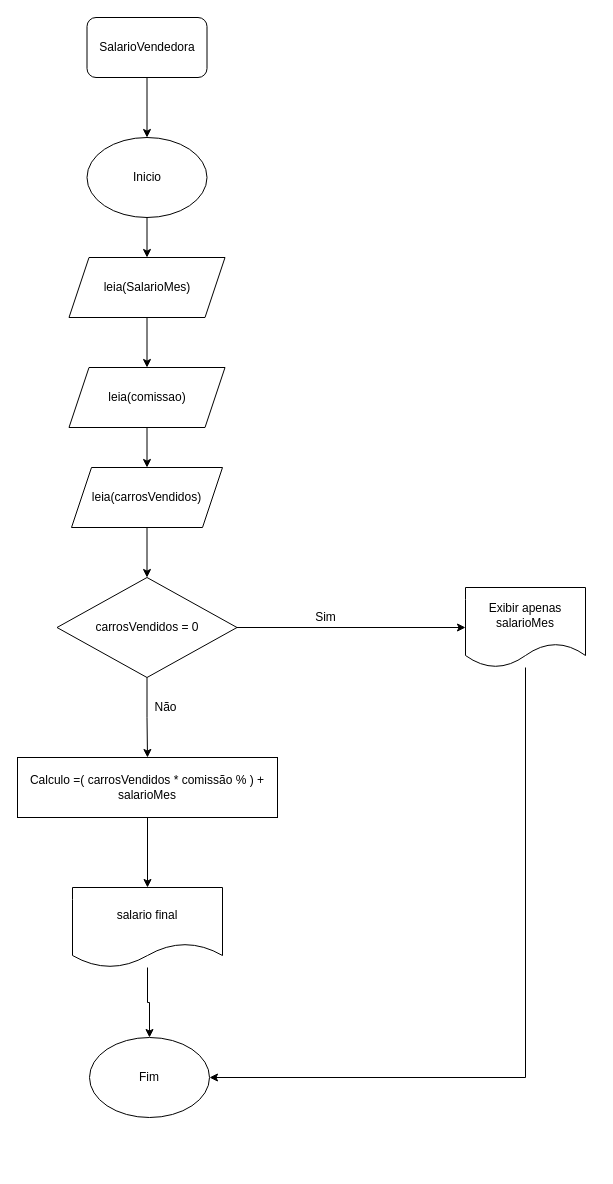
Rafael7360/Diagramas keeps this draw.io diagram as SalarioVendedora.drawio. Above is the earlier version. Source tidied: cells renumbered, new cells numbered last; positions are measured from the earlier drawing's top-left corner, leaving out a move shared by most shapes. Both pictures are drawn from the tidied source at 100%, with x=0, y=0 at pixel (17, 17).
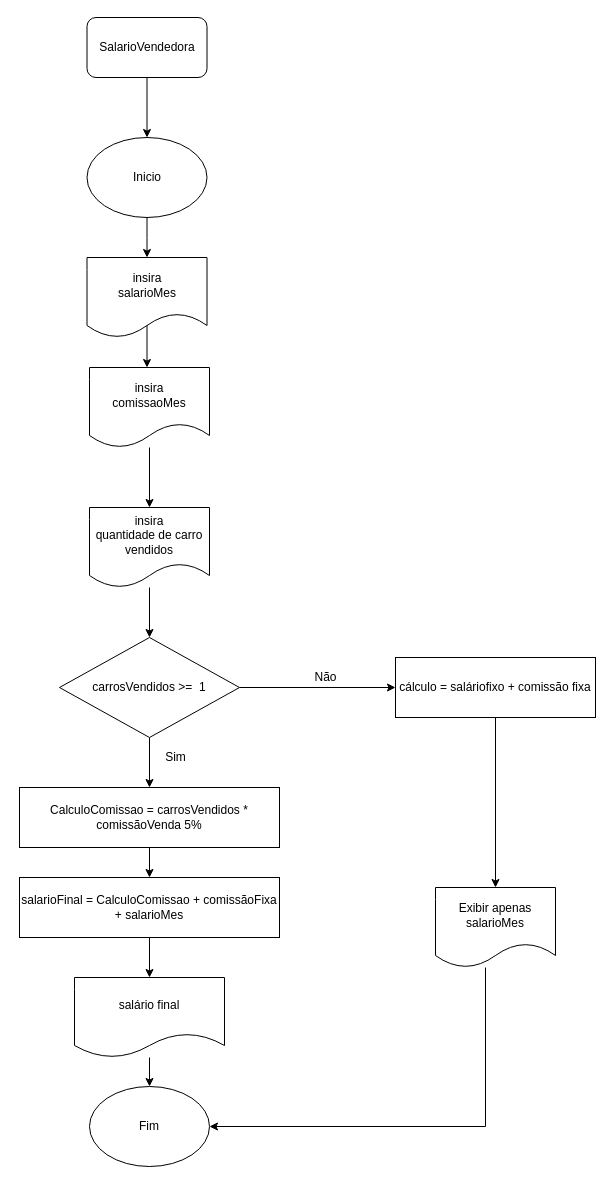
After the change.

The change refers to these unchanged cells:
```xml
<mxCell id="5" value="Inicio" style="ellipse;whiteSpace=wrap;html=1;" parent="1" vertex="1">
  <mxGeometry x="69.5" y="120" width="120" height="80" as="geometry" />
</mxCell>
```

What changed in the source:
```diff
@@
-    <mxCell id="4" style="edgeStyle=orthogonalEdgeStyle;rounded=0;jettySize=auto;html=1;" parent="1" edge="1" source="5" target="7">
-      <mxGeometry relative="1" as="geometry" />
+    <mxCell id="4" style="edgeStyle=orthogonalEdgeStyle;rounded=0;jettySize=auto;html=1;" parent="1" edge="1" source="5">
+      <mxGeometry relative="1" as="geometry">
+        <mxPoint x="129.5" y="240" as="targetPoint" />
+      </mxGeometry>
     </mxCell>
@@
-    <mxCell id="6" style="edgeStyle=orthogonalEdgeStyle;rounded=0;jettySize=auto;html=1;" parent="1" edge="1" source="7" target="9">
-      <mxGeometry relative="1" as="geometry" />
+    <mxCell id="6" style="edgeStyle=orthogonalEdgeStyle;rounded=0;orthogonalLoop=1;jettySize=auto;html=1;" parent="1" edge="1">
+      <mxGeometry relative="1" as="geometry">
+        <mxPoint x="129.5" y="300" as="sourcePoint" />
+        <mxPoint x="129.5" y="350" as="targetPoint" />
+      </mxGeometry>
     </mxCell>
-    <mxCell id="7" value="leia(SalarioMes)" style="shape=parallelogram;perimeter=parallelogramPerimeter;whiteSpace=wrap;html=1;fixedSize=1;" parent="1" vertex="1">
-      <mxGeometry x="51.5" y="240" width="156" height="60" as="geometry" />
-    </mxCell>
-    <mxCell id="8" style="edgeStyle=orthogonalEdgeStyle;rounded=0;jettySize=auto;html=1;" parent="1" edge="1" source="9" target="11">
-      <mxGeometry relative="1" as="geometry" />
-    </mxCell>
-    <mxCell id="9" value="leia(comissao)" style="shape=parallelogram;perimeter=parallelogramPerimeter;whiteSpace=wrap;html=1;fixedSize=1;" parent="1" vertex="1">
-      <mxGeometry x="51.5" y="350" width="156" height="60" as="geometry" />
-    </mxCell>
-    <mxCell id="10" style="edgeStyle=orthogonalEdgeStyle;rounded=0;jettySize=auto;html=1;" parent="1" edge="1" source="11" target="17">
-      <mxGeometry relative="1" as="geometry" />
-    </mxCell>
-    <mxCell id="11" value="&lt;div&gt;leia(carrosVendidos)&lt;/div&gt;" style="shape=parallelogram;perimeter=parallelogramPerimeter;whiteSpace=wrap;html=1;fixedSize=1;" parent="1" vertex="1">
-      <mxGeometry x="54" y="450" width="151" height="60" as="geometry" />
-    </mxCell>
@@
-    <mxCell id="13" value="Calculo =( carrosVendidos * comissão % ) + salarioMes" style="rounded=0;whiteSpace=wrap;html=1;" parent="1" vertex="1">
-      <mxGeometry y="740" width="260" height="60" as="geometry" />
+    <mxCell id="13" value="salarioFinal = CalculoComissao + comissãoFixa + salarioMes    " style="rounded=0;whiteSpace=wrap;html=1;" parent="1" vertex="1">
+      <mxGeometry x="2" y="860" width="260" height="60" as="geometry" />
     </mxCell>
     <mxCell id="14" value="Fim" style="ellipse;whiteSpace=wrap;html=1;" parent="1" vertex="1">
-      <mxGeometry x="72" y="1020" width="120" height="80" as="geometry" />
+      <mxGeometry x="72" y="1069" width="120" height="80" as="geometry" />
     </mxCell>
-    <mxCell id="15" style="edgeStyle=orthogonalEdgeStyle;rounded=0;jettySize=auto;html=1;" parent="1" edge="1" source="17" target="13">
-      <mxGeometry relative="1" as="geometry" />
-    </mxCell>
-    <mxCell id="16" style="edgeStyle=orthogonalEdgeStyle;rounded=0;jettySize=auto;html=1;" parent="1" edge="1" source="17" target="21">
-      <mxGeometry relative="1" as="geometry" />
-    </mxCell>
+    <mxCell id="24" style="edgeStyle=orthogonalEdgeStyle;rounded=0;jettySize=auto;html=1;" parent="1" edge="1" source="17" target="32">
+      <mxGeometry relative="1" as="geometry" />
+    </mxCell>
+    <mxCell id="25" style="edgeStyle=orthogonalEdgeStyle;rounded=0;jettySize=auto;html=1;" parent="1" edge="1" source="17" target="34">
+      <mxGeometry relative="1" as="geometry" />
+    </mxCell>
-    <mxCell id="17" value="carrosVendidos = 0" style="rhombus;whiteSpace=wrap;html=1;" parent="1" vertex="1">
-      <mxGeometry x="39.5" y="560" width="180" height="100" as="geometry" />
+    <mxCell id="17" value="carrosVendidos &amp;gt;=&amp;nbsp; 1 " style="rhombus;whiteSpace=wrap;html=1;" parent="1" vertex="1">
+      <mxGeometry x="42" y="620" width="180" height="100" as="geometry" />
     </mxCell>
@@
-    <mxCell id="19" value="salario final" style="shape=document;whiteSpace=wrap;html=1;boundedLbl=1;" parent="1" vertex="1">
-      <mxGeometry x="55" y="870" width="150" height="80" as="geometry" />
+    <mxCell id="19" value="salário final " style="shape=document;whiteSpace=wrap;html=1;boundedLbl=1;" parent="1" vertex="1">
+      <mxGeometry x="57" y="960" width="150" height="80" as="geometry" />
     </mxCell>
-    <mxCell id="20" style="edgeStyle=orthogonalEdgeStyle;rounded=0;jettySize=auto;html=1;" parent="1" edge="1" source="21" target="14">
+    <mxCell id="20" style="edgeStyle=orthogonalEdgeStyle;rounded=0;jettySize=auto;html=1;entryX=1;entryY=0.5;entryDx=0;entryDy=0;" parent="1" edge="1" source="21" target="14">
       <mxGeometry relative="1" as="geometry">
         <Array as="points">
-          <mxPoint x="508" y="1060" />
+          <mxPoint x="468" y="1109" />
         </Array>
       </mxGeometry>
     </mxCell>
     <mxCell id="21" value="&lt;div&gt;Exibir apenas &lt;br&gt;&lt;/div&gt;&lt;div&gt;salarioMes&lt;br&gt;&lt;/div&gt;" style="shape=document;whiteSpace=wrap;html=1;boundedLbl=1;" parent="1" vertex="1">
-      <mxGeometry x="448" y="570" width="120" height="80" as="geometry" />
+      <mxGeometry x="418" y="870" width="120" height="80" as="geometry" />
     </mxCell>
+    <mxCell id="26" style="edgeStyle=orthogonalEdgeStyle;rounded=0;jettySize=auto;html=1;" parent="1" edge="1" source="27" target="17">
+      <mxGeometry relative="1" as="geometry" />
+    </mxCell>
+    <mxCell id="27" value="&lt;div&gt;insira &lt;/div&gt;&lt;div&gt;quantidade de carro &lt;/div&gt;&lt;div&gt;vendidos&lt;br&gt;&lt;/div&gt;" style="shape=document;whiteSpace=wrap;html=1;boundedLbl=1;" parent="1" vertex="1">
+      <mxGeometry x="72" y="490" width="120" height="80" as="geometry" />
+    </mxCell>
+    <mxCell id="28" style="edgeStyle=orthogonalEdgeStyle;rounded=0;jettySize=auto;html=1;" parent="1" edge="1" source="29" target="27">
+      <mxGeometry relative="1" as="geometry" />
+    </mxCell>
+    <mxCell id="29" value="&lt;div&gt;insira  &lt;/div&gt;&lt;div&gt;comissaoMes &lt;br&gt; &lt;/div&gt;" style="shape=document;whiteSpace=wrap;html=1;boundedLbl=1;" parent="1" vertex="1">
+      <mxGeometry x="72" y="350" width="120" height="80" as="geometry" />
+    </mxCell>
+    <mxCell id="30" value="&lt;div&gt;insira &lt;/div&gt;&lt;div&gt;salarioMes&lt;br&gt;&lt;/div&gt;" style="shape=document;whiteSpace=wrap;html=1;boundedLbl=1;" parent="1" vertex="1">
+      <mxGeometry x="69.5" y="240" width="120" height="80" as="geometry" />
+    </mxCell>
+    <mxCell id="31" style="edgeStyle=orthogonalEdgeStyle;rounded=0;jettySize=auto;html=1;" parent="1" edge="1" source="32" target="21">
+      <mxGeometry relative="1" as="geometry" />
+    </mxCell>
+    <mxCell id="32" value="cálculo = saláriofixo + comissão fixa " style="whiteSpace=wrap;html=1;" parent="1" vertex="1">
+      <mxGeometry x="378" y="640" width="200" height="60" as="geometry" />
+    </mxCell>
+    <mxCell id="23" value="Não" style="text;html=1;align=center;verticalAlign=middle;" parent="1" vertex="1">
+      <mxGeometry x="288" y="650" width="40" height="20" as="geometry" />
+    </mxCell>
     <mxCell id="22" value="Sim" style="text;html=1;align=center;verticalAlign=middle;" parent="1" vertex="1">
-      <mxGeometry x="288" y="590" width="40" height="20" as="geometry" />
+      <mxGeometry x="138" y="730" width="40" height="20" as="geometry" />
     </mxCell>
-    <mxCell id="23" value="Não" style="text;html=1;align=center;verticalAlign=middle;" parent="1" vertex="1">
-      <mxGeometry x="128" y="680" width="40" height="20" as="geometry" />
-    </mxCell>
+    <mxCell id="33" style="edgeStyle=orthogonalEdgeStyle;rounded=0;jettySize=auto;html=1;" parent="1" edge="1" source="34" target="13">
+      <mxGeometry relative="1" as="geometry" />
+    </mxCell>
+    <mxCell id="34" value="CalculoComissao = carrosVendidos * comissãoVenda 5%  " style="rounded=0;whiteSpace=wrap;html=1;" parent="1" vertex="1">
+      <mxGeometry x="2" y="770" width="260" height="60" as="geometry" />
+    </mxCell>
```
